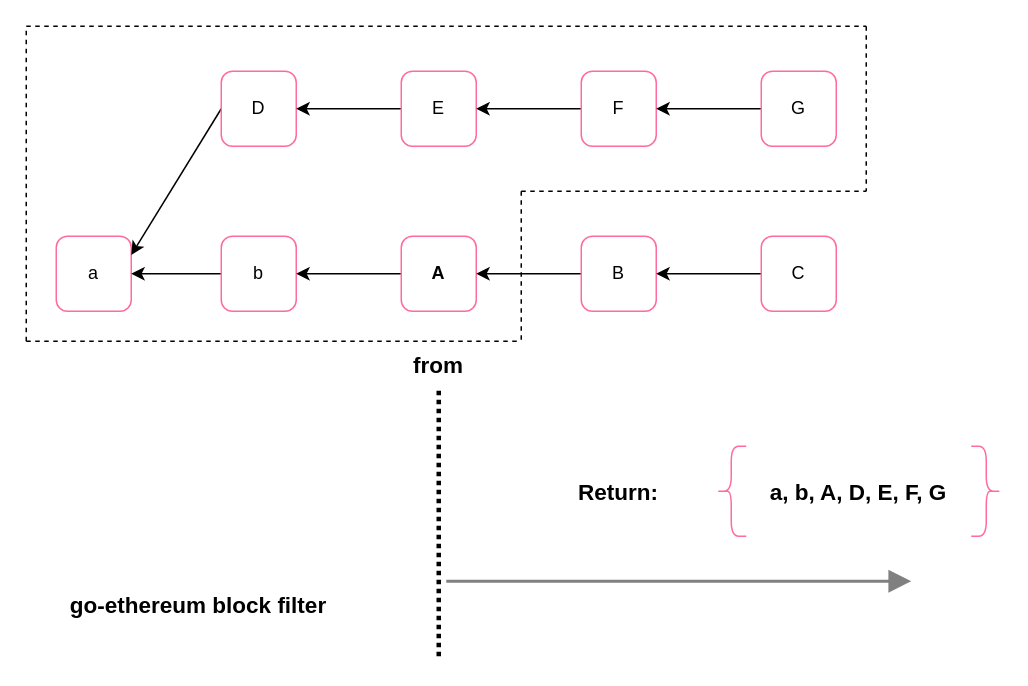
Before: meganode-filters-reorg.drawio in aweneagle/aweneagle.github.io, a draw.io diagram. Source tidied: cells renumbered, new cells numbered last; positions are measured from the earlier drawing's top-left corner, leaving out a move shared by most shapes. Both pictures are drawn from the tidied source at 150%, with x=0, y=0 at pixel (26, 26).
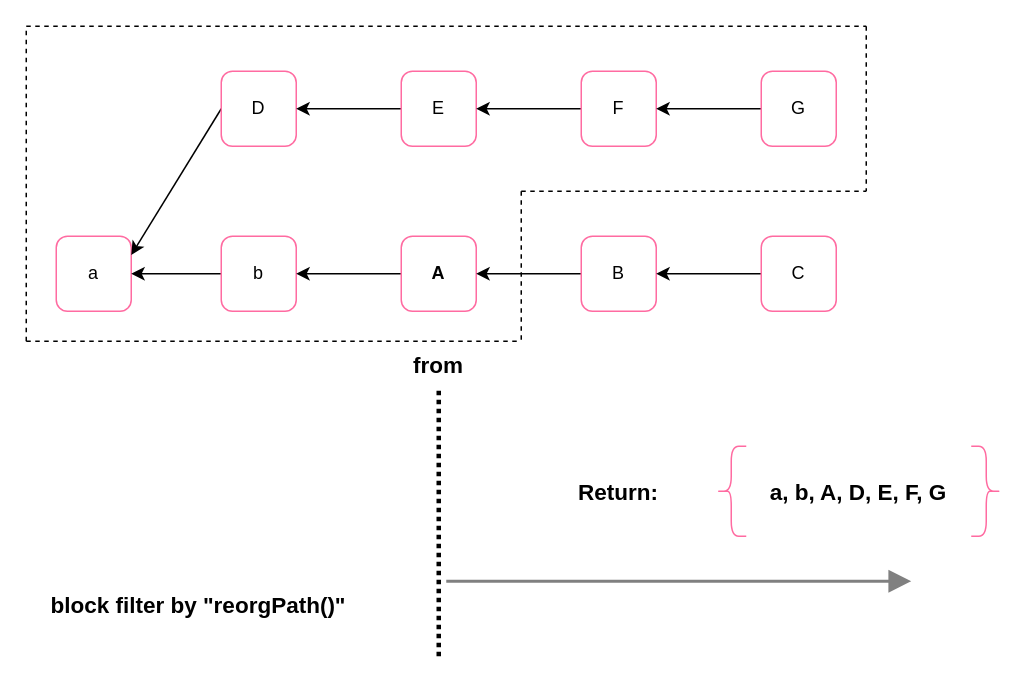
After the change.

The edit, as a diff of the source:
```diff
@@
-    <mxCell id="32" value="go-ethereum block filter" style="text;strokeColor=none;fillColor=none;align=center;verticalAlign=middle;spacingLeft=4;spacingRight=4;overflow=hidden;fontStyle=1;fontSize=15;" parent="1" vertex="1">
+    <mxCell id="32" value="block filter by &quot;reorgPath()&quot;" style="text;strokeColor=none;fillColor=none;align=center;verticalAlign=middle;spacingLeft=4;spacingRight=4;overflow=hidden;fontStyle=1;fontSize=15;" parent="1" vertex="1">
       <mxGeometry x="10" y="350" width="210" height="70" as="geometry" />
     </mxCell>
```
